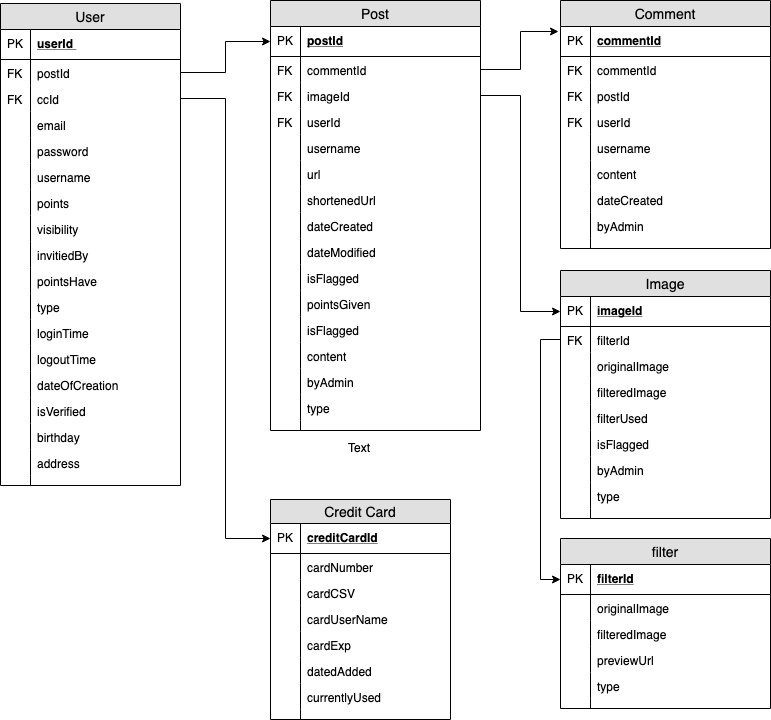
This is er.png from TamasPalfi/High-Level-Requirements, a draw.io export, as it was before one commit. Source tidied: cells renumbered, new cells last; positions are measured from the earlier drawing's top-left corner, leaving out a move shared by most shapes.
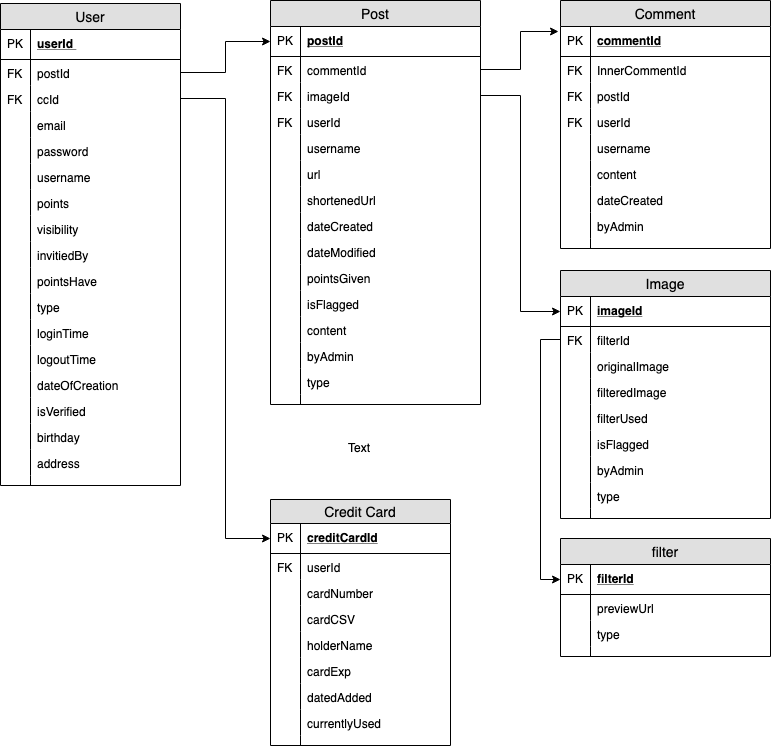
Above is the later version.

Commit message:
update entire tables

Diff of the diagram source:
```diff
@@ -122,7 +122,7 @@
     <mxCell id="41" value="PK" style="shape=partialRectangle;top=0;left=0;bottom=0;fillColor=none;align=left;verticalAlign=middle;spacingLeft=4;spacingRight=4;overflow=hidden;fontSize=12;" parent="40" vertex="1">
       <mxGeometry width="30" height="30" as="geometry" />
     </mxCell>
-    <mxCell id="42" value="commentId" style="shape=partialRectangle;top=0;left=0;right=0;bottom=0;align=left;verticalAlign=top;fillColor=none;spacingLeft=34;spacingRight=4;overflow=hidden;fontSize=12;" parent="39" vertex="1">
+    <mxCell id="42" value="InnerCommentId" style="shape=partialRectangle;top=0;left=0;right=0;bottom=0;align=left;verticalAlign=top;fillColor=none;spacingLeft=34;spacingRight=4;overflow=hidden;fontSize=12;" parent="39" vertex="1">
       <mxGeometry y="56" width="210" height="26" as="geometry" />
     </mxCell>
     <mxCell id="43" value="FK" style="shape=partialRectangle;top=0;left=0;bottom=0;fillColor=none;align=left;verticalAlign=top;spacingLeft=4;spacingRight=4;overflow=hidden;fontSize=12;" parent="42" vertex="1">
@@ -228,7 +228,7 @@
       <mxGeometry width="30" height="10" as="geometry" />
     </mxCell>
     <mxCell id="77" value="Post" style="swimlane;fontStyle=0;horizontal=1;startSize=26;fillColor=#e0e0e0;swimlaneFillColor=#ffffff;align=center;fontSize=14;" parent="1" vertex="1">
-      <mxGeometry x="270" width="210" height="430" as="geometry" />
+      <mxGeometry x="270" width="210" height="404" as="geometry" />
     </mxCell>
     <mxCell id="78" value="postId" style="shape=partialRectangle;top=0;left=0;right=0;bottom=1;align=left;verticalAlign=middle;fillColor=none;spacingLeft=34;spacingRight=4;overflow=hidden;points=[[0,0.5],[1,0.5]];portConstraint=eastwest;fontStyle=5;fontSize=12;" parent="77" vertex="1">
       <mxGeometry y="26" width="210" height="30" as="geometry" />
@@ -284,50 +284,44 @@
     <mxCell id="95" style="shape=partialRectangle;top=0;left=0;bottom=0;fillColor=none;align=left;verticalAlign=top;spacingLeft=4;spacingRight=4;overflow=hidden;fontSize=12;" parent="94" vertex="1">
       <mxGeometry width="30" height="26" as="geometry" />
     </mxCell>
-    <mxCell id="96" value="isFlagged" style="shape=partialRectangle;top=0;left=0;right=0;bottom=0;align=left;verticalAlign=top;fillColor=none;spacingLeft=34;spacingRight=4;overflow=hidden;fontSize=12;" parent="77" vertex="1">
-      <mxGeometry y="264" width="210" height="26" as="geometry" />
-    </mxCell>
-    <mxCell id="97" style="shape=partialRectangle;top=0;left=0;bottom=0;fillColor=none;align=left;verticalAlign=top;spacingLeft=4;spacingRight=4;overflow=hidden;fontSize=12;" parent="96" vertex="1">
-      <mxGeometry width="30" height="26" as="geometry" />
-    </mxCell>
     <mxCell id="98" value="pointsGiven" style="shape=partialRectangle;top=0;left=0;right=0;bottom=0;align=left;verticalAlign=top;fillColor=none;spacingLeft=34;spacingRight=4;overflow=hidden;fontSize=12;" parent="77" vertex="1">
-      <mxGeometry y="290" width="210" height="26" as="geometry" />
+      <mxGeometry y="264" width="210" height="26" as="geometry" />
     </mxCell>
     <mxCell id="99" style="shape=partialRectangle;top=0;left=0;bottom=0;fillColor=none;align=left;verticalAlign=top;spacingLeft=4;spacingRight=4;overflow=hidden;fontSize=12;" parent="98" vertex="1">
       <mxGeometry width="30" height="26" as="geometry" />
     </mxCell>
     <mxCell id="100" value="isFlagged" style="shape=partialRectangle;top=0;left=0;right=0;bottom=0;align=left;verticalAlign=top;fillColor=none;spacingLeft=34;spacingRight=4;overflow=hidden;fontSize=12;" parent="77" vertex="1">
-      <mxGeometry y="316" width="210" height="26" as="geometry" />
+      <mxGeometry y="290" width="210" height="26" as="geometry" />
     </mxCell>
     <mxCell id="101" style="shape=partialRectangle;top=0;left=0;bottom=0;fillColor=none;align=left;verticalAlign=top;spacingLeft=4;spacingRight=4;overflow=hidden;fontSize=12;" parent="100" vertex="1">
       <mxGeometry width="30" height="26" as="geometry" />
     </mxCell>
     <mxCell id="102" value="content&#10;&#10;" style="shape=partialRectangle;top=0;left=0;right=0;bottom=0;align=left;verticalAlign=top;fillColor=none;spacingLeft=34;spacingRight=4;overflow=hidden;fontSize=12;" parent="77" vertex="1">
-      <mxGeometry y="342" width="210" height="26" as="geometry" />
+      <mxGeometry y="316" width="210" height="26" as="geometry" />
     </mxCell>
     <mxCell id="103" style="shape=partialRectangle;top=0;left=0;bottom=0;fillColor=none;align=left;verticalAlign=top;spacingLeft=4;spacingRight=4;overflow=hidden;fontSize=12;" parent="102" vertex="1">
       <mxGeometry width="30" height="26" as="geometry" />
     </mxCell>
     <mxCell id="104" value="byAdmin" style="shape=partialRectangle;top=0;left=0;right=0;bottom=0;align=left;verticalAlign=top;fillColor=none;spacingLeft=34;spacingRight=4;overflow=hidden;fontSize=12;" parent="77" vertex="1">
-      <mxGeometry y="368" width="210" height="26" as="geometry" />
+      <mxGeometry y="342" width="210" height="26" as="geometry" />
     </mxCell>
     <mxCell id="105" style="shape=partialRectangle;top=0;left=0;bottom=0;fillColor=none;align=left;verticalAlign=top;spacingLeft=4;spacingRight=4;overflow=hidden;fontSize=12;" parent="104" vertex="1">
       <mxGeometry width="30" height="26" as="geometry" />
     </mxCell>
     <mxCell id="106" value="type" style="shape=partialRectangle;top=0;left=0;right=0;bottom=0;align=left;verticalAlign=top;fillColor=none;spacingLeft=34;spacingRight=4;overflow=hidden;fontSize=12;" parent="77" vertex="1">
-      <mxGeometry y="394" width="210" height="26" as="geometry" />
+      <mxGeometry y="368" width="210" height="26" as="geometry" />
     </mxCell>
     <mxCell id="107" style="shape=partialRectangle;top=0;left=0;bottom=0;fillColor=none;align=left;verticalAlign=top;spacingLeft=4;spacingRight=4;overflow=hidden;fontSize=12;" parent="106" vertex="1">
       <mxGeometry width="30" height="26" as="geometry" />
     </mxCell>
     <mxCell id="108" style="shape=partialRectangle;top=0;left=0;right=0;bottom=0;align=left;verticalAlign=top;fillColor=none;spacingLeft=34;spacingRight=4;overflow=hidden;fontSize=12;" parent="77" vertex="1">
-      <mxGeometry y="420" width="210" height="10" as="geometry" />
+      <mxGeometry y="394" width="210" height="10" as="geometry" />
     </mxCell>
     <mxCell id="109" style="shape=partialRectangle;top=0;left=0;bottom=0;fillColor=none;align=left;verticalAlign=top;spacingLeft=4;spacingRight=4;overflow=hidden;fontSize=12;" parent="108" vertex="1">
       <mxGeometry width="30" height="10" as="geometry" />
     </mxCell>
     <mxCell id="110" value="Credit Card" style="swimlane;fontStyle=0;horizontal=1;startSize=24;fillColor=#e0e0e0;swimlaneFillColor=#ffffff;align=center;fontSize=14;" parent="1" vertex="1">
-      <mxGeometry x="270" y="499" width="180" height="220" as="geometry" />
+      <mxGeometry x="270" y="499" width="180" height="246" as="geometry" />
     </mxCell>
     <mxCell id="111" value="creditCardId" style="shape=partialRectangle;top=0;left=0;right=0;bottom=1;align=left;verticalAlign=middle;fillColor=none;spacingLeft=34;spacingRight=4;overflow=hidden;points=[[0,0.5],[1,0.5]];portConstraint=eastwest;fontStyle=5;fontSize=12;" parent="110" vertex="1">
       <mxGeometry y="24" width="180" height="30" as="geometry" />
@@ -335,50 +329,56 @@
     <mxCell id="112" value="PK" style="shape=partialRectangle;top=0;left=0;bottom=0;fillColor=none;align=left;verticalAlign=middle;spacingLeft=4;spacingRight=4;overflow=hidden;fontSize=12;" parent="111" vertex="1">
       <mxGeometry width="30" height="30" as="geometry" />
     </mxCell>
-    <mxCell id="113" value="cardNumber" style="shape=partialRectangle;top=0;left=0;right=0;bottom=0;align=left;verticalAlign=top;fillColor=none;spacingLeft=34;spacingRight=4;overflow=hidden;fontSize=12;" parent="110" vertex="1">
+    <mxCell id="113" value="userId" style="shape=partialRectangle;top=0;left=0;right=0;bottom=0;align=left;verticalAlign=top;fillColor=none;spacingLeft=34;spacingRight=4;overflow=hidden;fontSize=12;" parent="110" vertex="1">
       <mxGeometry y="54" width="180" height="26" as="geometry" />
     </mxCell>
-    <mxCell id="114" style="shape=partialRectangle;top=0;left=0;bottom=0;fillColor=none;align=left;verticalAlign=top;spacingLeft=4;spacingRight=4;overflow=hidden;fontSize=12;" parent="113" vertex="1">
+    <mxCell id="114" value="FK" style="shape=partialRectangle;top=0;left=0;bottom=0;fillColor=none;align=left;verticalAlign=top;spacingLeft=4;spacingRight=4;overflow=hidden;fontSize=12;" parent="113" vertex="1">
       <mxGeometry width="30" height="26" as="geometry" />
     </mxCell>
+    <mxCell id="146" value="cardNumber" style="shape=partialRectangle;top=0;left=0;right=0;bottom=0;align=left;verticalAlign=top;fillColor=none;spacingLeft=34;spacingRight=4;overflow=hidden;fontSize=12;" parent="110" vertex="1">
+      <mxGeometry y="80" width="180" height="26" as="geometry" />
+    </mxCell>
+    <mxCell id="147" style="shape=partialRectangle;top=0;left=0;bottom=0;fillColor=none;align=left;verticalAlign=top;spacingLeft=4;spacingRight=4;overflow=hidden;fontSize=12;" parent="146" vertex="1">
+      <mxGeometry width="30" height="26" as="geometry" />
+    </mxCell>
     <mxCell id="115" value="cardCSV" style="shape=partialRectangle;top=0;left=0;right=0;bottom=0;align=left;verticalAlign=top;fillColor=none;spacingLeft=34;spacingRight=4;overflow=hidden;fontSize=12;" parent="110" vertex="1">
-      <mxGeometry y="80" width="180" height="26" as="geometry" />
+      <mxGeometry y="106" width="180" height="26" as="geometry" />
     </mxCell>
     <mxCell id="116" style="shape=partialRectangle;top=0;left=0;bottom=0;fillColor=none;align=left;verticalAlign=top;spacingLeft=4;spacingRight=4;overflow=hidden;fontSize=12;" parent="115" vertex="1">
       <mxGeometry width="30" height="26" as="geometry" />
     </mxCell>
-    <mxCell id="117" value="cardUserName" style="shape=partialRectangle;top=0;left=0;right=0;bottom=0;align=left;verticalAlign=top;fillColor=none;spacingLeft=34;spacingRight=4;overflow=hidden;fontSize=12;" parent="110" vertex="1">
-      <mxGeometry y="106" width="180" height="26" as="geometry" />
+    <mxCell id="117" value="holderName" style="shape=partialRectangle;top=0;left=0;right=0;bottom=0;align=left;verticalAlign=top;fillColor=none;spacingLeft=34;spacingRight=4;overflow=hidden;fontSize=12;" parent="110" vertex="1">
+      <mxGeometry y="132" width="180" height="26" as="geometry" />
     </mxCell>
     <mxCell id="118" style="shape=partialRectangle;top=0;left=0;bottom=0;fillColor=none;align=left;verticalAlign=top;spacingLeft=4;spacingRight=4;overflow=hidden;fontSize=12;" parent="117" vertex="1">
       <mxGeometry width="30" height="26" as="geometry" />
     </mxCell>
     <mxCell id="119" value="cardExp" style="shape=partialRectangle;top=0;left=0;right=0;bottom=0;align=left;verticalAlign=top;fillColor=none;spacingLeft=34;spacingRight=4;overflow=hidden;fontSize=12;" parent="110" vertex="1">
-      <mxGeometry y="132" width="180" height="26" as="geometry" />
+      <mxGeometry y="158" width="180" height="26" as="geometry" />
     </mxCell>
     <mxCell id="120" style="shape=partialRectangle;top=0;left=0;bottom=0;fillColor=none;align=left;verticalAlign=top;spacingLeft=4;spacingRight=4;overflow=hidden;fontSize=12;" parent="119" vertex="1">
       <mxGeometry width="30" height="26" as="geometry" />
     </mxCell>
     <mxCell id="121" value="datedAdded" style="shape=partialRectangle;top=0;left=0;right=0;bottom=0;align=left;verticalAlign=top;fillColor=none;spacingLeft=34;spacingRight=4;overflow=hidden;fontSize=12;" parent="110" vertex="1">
-      <mxGeometry y="158" width="180" height="26" as="geometry" />
+      <mxGeometry y="184" width="180" height="26" as="geometry" />
     </mxCell>
     <mxCell id="122" style="shape=partialRectangle;top=0;left=0;bottom=0;fillColor=none;align=left;verticalAlign=top;spacingLeft=4;spacingRight=4;overflow=hidden;fontSize=12;" parent="121" vertex="1">
       <mxGeometry width="30" height="26" as="geometry" />
     </mxCell>
     <mxCell id="123" value="currentlyUsed" style="shape=partialRectangle;top=0;left=0;right=0;bottom=0;align=left;verticalAlign=top;fillColor=none;spacingLeft=34;spacingRight=4;overflow=hidden;fontSize=12;" parent="110" vertex="1">
-      <mxGeometry y="184" width="180" height="26" as="geometry" />
+      <mxGeometry y="210" width="180" height="26" as="geometry" />
     </mxCell>
     <mxCell id="124" style="shape=partialRectangle;top=0;left=0;bottom=0;fillColor=none;align=left;verticalAlign=top;spacingLeft=4;spacingRight=4;overflow=hidden;fontSize=12;" parent="123" vertex="1">
       <mxGeometry width="30" height="26" as="geometry" />
     </mxCell>
     <mxCell id="125" style="shape=partialRectangle;top=0;left=0;right=0;bottom=0;align=left;verticalAlign=top;fillColor=none;spacingLeft=34;spacingRight=4;overflow=hidden;fontSize=12;" parent="110" vertex="1">
-      <mxGeometry y="210" width="180" height="10" as="geometry" />
+      <mxGeometry y="236" width="180" height="10" as="geometry" />
     </mxCell>
     <mxCell id="126" style="shape=partialRectangle;top=0;left=0;bottom=0;fillColor=none;align=left;verticalAlign=top;spacingLeft=4;spacingRight=4;overflow=hidden;fontSize=12;" parent="125" vertex="1">
       <mxGeometry width="30" height="10" as="geometry" />
     </mxCell>
     <mxCell id="127" value="filter" style="swimlane;fontStyle=0;horizontal=1;startSize=26;fillColor=#e0e0e0;swimlaneFillColor=#ffffff;align=center;fontSize=14;" parent="1" vertex="1">
-      <mxGeometry x="560" y="538" width="210" height="170" as="geometry" />
+      <mxGeometry x="560" y="538" width="210" height="118" as="geometry" />
     </mxCell>
     <mxCell id="128" value="filterId" style="shape=partialRectangle;top=0;left=0;right=0;bottom=1;align=left;verticalAlign=middle;fillColor=none;spacingLeft=34;spacingRight=4;overflow=hidden;points=[[0,0.5],[1,0.5]];portConstraint=eastwest;fontStyle=5;fontSize=12;" parent="127" vertex="1">
       <mxGeometry y="26" width="210" height="30" as="geometry" />
@@ -386,32 +386,20 @@
     <mxCell id="129" value="PK" style="shape=partialRectangle;top=0;left=0;bottom=0;fillColor=none;align=left;verticalAlign=middle;spacingLeft=4;spacingRight=4;overflow=hidden;fontSize=12;" parent="128" vertex="1">
       <mxGeometry width="30" height="30" as="geometry" />
     </mxCell>
-    <mxCell id="130" value="originalImage&#10;&#10;" style="shape=partialRectangle;top=0;left=0;right=0;bottom=0;align=left;verticalAlign=top;fillColor=none;spacingLeft=34;spacingRight=4;overflow=hidden;fontSize=12;" parent="127" vertex="1">
-      <mxGeometry y="56" width="210" height="26" as="geometry" />
-    </mxCell>
-    <mxCell id="131" style="shape=partialRectangle;top=0;left=0;bottom=0;fillColor=none;align=left;verticalAlign=top;spacingLeft=4;spacingRight=4;overflow=hidden;fontSize=12;" parent="130" vertex="1">
-      <mxGeometry width="30" height="26" as="geometry" />
-    </mxCell>
-    <mxCell id="132" value="filteredImage" style="shape=partialRectangle;top=0;left=0;right=0;bottom=0;align=left;verticalAlign=top;fillColor=none;spacingLeft=34;spacingRight=4;overflow=hidden;fontSize=12;" parent="127" vertex="1">
-      <mxGeometry y="82" width="210" height="26" as="geometry" />
-    </mxCell>
-    <mxCell id="133" style="shape=partialRectangle;top=0;left=0;bottom=0;fillColor=none;align=left;verticalAlign=top;spacingLeft=4;spacingRight=4;overflow=hidden;fontSize=12;" parent="132" vertex="1">
-      <mxGeometry width="30" height="26" as="geometry" />
-    </mxCell>
     <mxCell id="134" value="previewUrl&#10;&#10;" style="shape=partialRectangle;top=0;left=0;right=0;bottom=0;align=left;verticalAlign=top;fillColor=none;spacingLeft=34;spacingRight=4;overflow=hidden;fontSize=12;" parent="127" vertex="1">
-      <mxGeometry y="108" width="210" height="26" as="geometry" />
+      <mxGeometry y="56" width="210" height="26" as="geometry" />
     </mxCell>
     <mxCell id="135" style="shape=partialRectangle;top=0;left=0;bottom=0;fillColor=none;align=left;verticalAlign=top;spacingLeft=4;spacingRight=4;overflow=hidden;fontSize=12;" parent="134" vertex="1">
       <mxGeometry width="30" height="26" as="geometry" />
     </mxCell>
     <mxCell id="136" value="type" style="shape=partialRectangle;top=0;left=0;right=0;bottom=0;align=left;verticalAlign=top;fillColor=none;spacingLeft=34;spacingRight=4;overflow=hidden;fontSize=12;" parent="127" vertex="1">
-      <mxGeometry y="134" width="210" height="26" as="geometry" />
+      <mxGeometry y="82" width="210" height="26" as="geometry" />
     </mxCell>
     <mxCell id="137" style="shape=partialRectangle;top=0;left=0;bottom=0;fillColor=none;align=left;verticalAlign=top;spacingLeft=4;spacingRight=4;overflow=hidden;fontSize=12;" parent="136" vertex="1">
       <mxGeometry width="30" height="26" as="geometry" />
     </mxCell>
     <mxCell id="138" style="shape=partialRectangle;top=0;left=0;right=0;bottom=0;align=left;verticalAlign=top;fillColor=none;spacingLeft=34;spacingRight=4;overflow=hidden;fontSize=12;" parent="127" vertex="1">
-      <mxGeometry y="160" width="210" height="10" as="geometry" />
+      <mxGeometry y="108" width="210" height="10" as="geometry" />
     </mxCell>
     <mxCell id="139" style="shape=partialRectangle;top=0;left=0;bottom=0;fillColor=none;align=left;verticalAlign=top;spacingLeft=4;spacingRight=4;overflow=hidden;fontSize=12;" parent="138" vertex="1">
       <mxGeometry width="30" height="10" as="geometry" />
```
